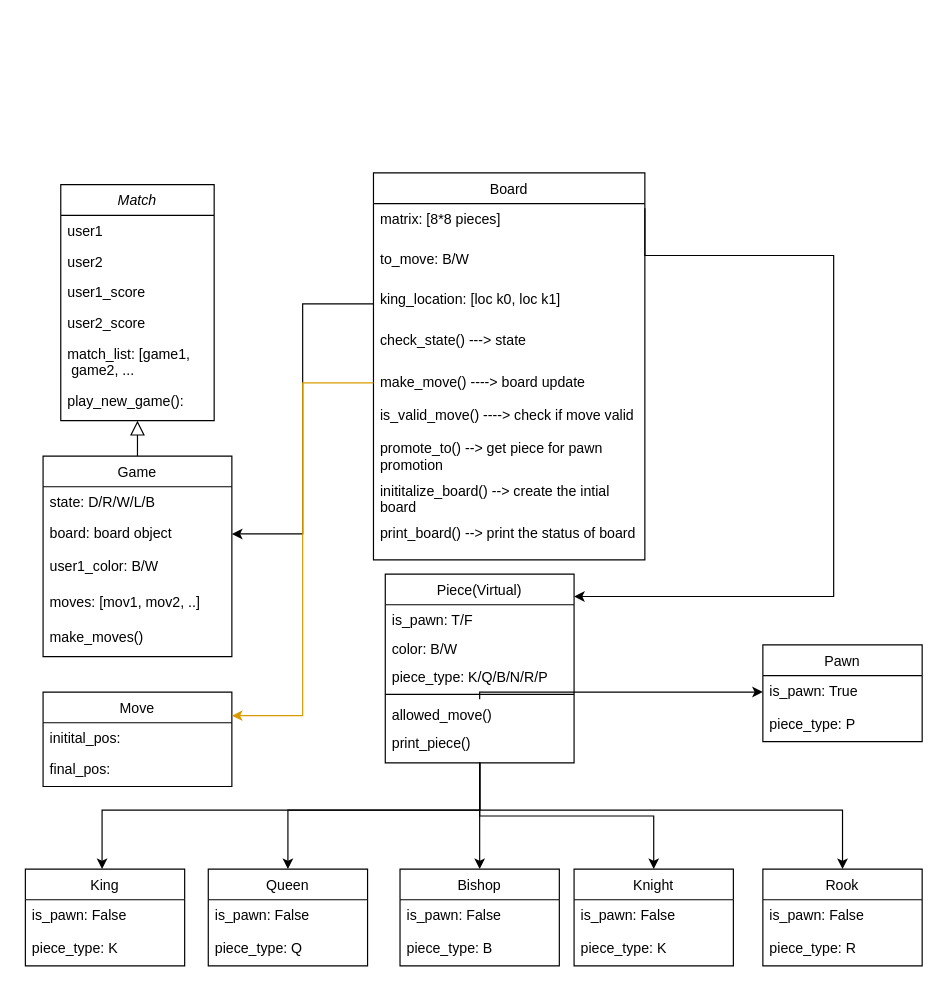
The draw.io diagram class_diagram.drawio in arindam9999/cgine, before the edit. Source tidied: cells renumbered, new cells numbered last; positions are measured from the earlier drawing's top-left corner, leaving out a move shared by most shapes. Both pictures are drawn from the tidied source at 118%, with x=0, y=0 at pixel (25, 172).
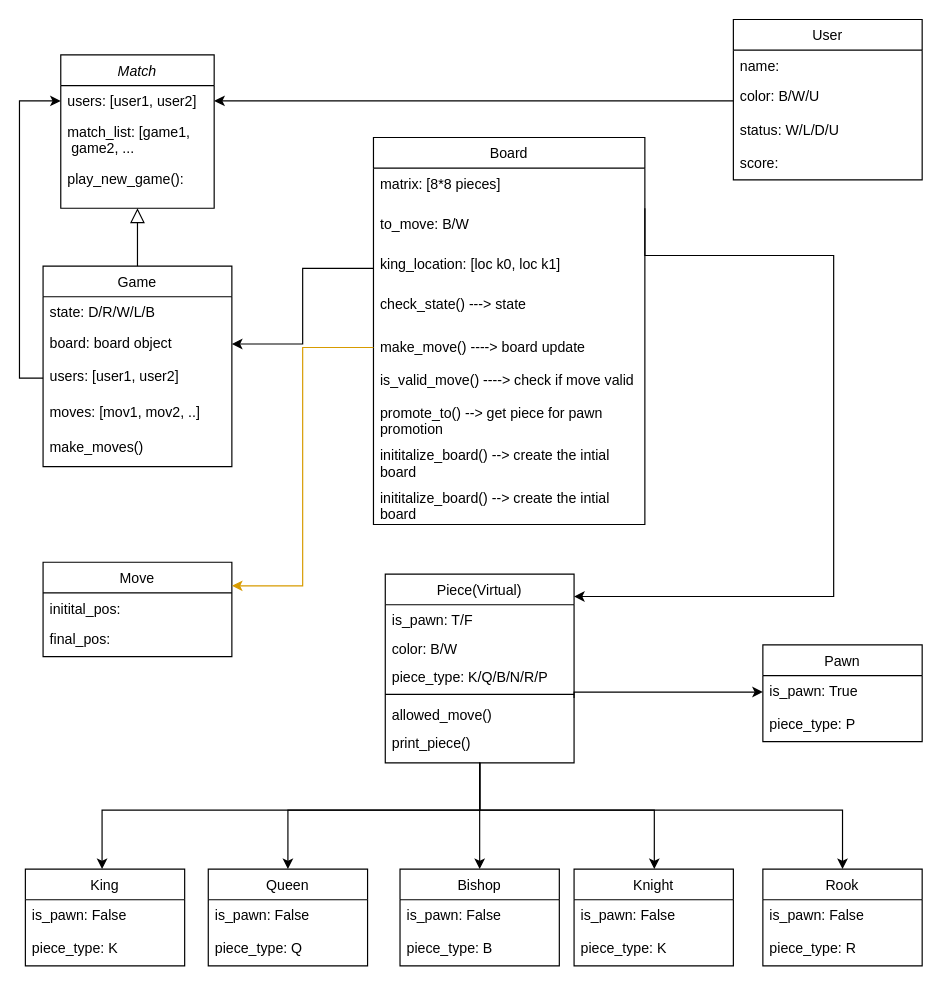
Above is the later version.

Commit message (it also covers changes not shown here):
Add Users class

The change refers to these unchanged cells:
```xml
<mxCell id="21" value="Piece(Virtual)" style="swimlane;fontStyle=0;align=center;verticalAlign=top;horizontal=1;startSize=26;rounded=0;shadow=0;strokeWidth=1;" parent="1" vertex="1">
  <mxGeometry x="305" y="340" width="160" height="160" as="geometry" />
</mxCell>
<mxCell id="26" value="allowed_move()" style="text;align=left;verticalAlign=top;spacingLeft=4;spacingRight=4;overflow=hidden;points=[[0,0.5],[1,0.5]];portConstraint=eastwest;" parent="21" vertex="1">
  <mxGeometry y="106" width="160" height="24" as="geometry" />
</mxCell>
<mxCell id="48" value="Knight" style="swimlane;fontStyle=0;align=center;verticalAlign=top;horizontal=1;startSize=26;rounded=0;shadow=0;strokeWidth=1;" parent="1" vertex="1">
  <mxGeometry x="465" y="590" width="135" height="82" as="geometry" />
</mxCell>
<mxCell id="56" value="is_pawn: True" style="text;align=left;verticalAlign=top;spacingLeft=4;spacingRight=4;overflow=hidden;points=[[0,0.5],[1,0.5]];portConstraint=eastwest;rounded=0;shadow=0;html=0;" parent="55" vertex="1">
  <mxGeometry y="26" width="135" height="28" as="geometry" />
</mxCell>
```

Change to the diagram source:
```diff
@@
     <mxCell id="2" value="Match" style="swimlane;fontStyle=2;align=center;verticalAlign=top;horizontal=1;startSize=26;rounded=0;shadow=0;strokeWidth=1;" parent="1" vertex="1">
-      <mxGeometry x="30" y="10" width="130" height="200" as="geometry" />
+      <mxGeometry x="30" y="-100" width="130" height="130" as="geometry" />
     </mxCell>
-    <mxCell id="3" value="user1" style="text;align=left;verticalAlign=top;spacingLeft=4;spacingRight=4;overflow=hidden;points=[[0,0.5],[1,0.5]];portConstraint=eastwest;" parent="2" vertex="1">
+    <mxCell id="3" value="users: [user1, user2]" style="text;align=left;verticalAlign=top;spacingLeft=4;spacingRight=4;overflow=hidden;points=[[0,0.5],[1,0.5]];portConstraint=eastwest;" parent="2" vertex="1">
       <mxGeometry y="26" width="130" height="26" as="geometry" />
     </mxCell>
-    <mxCell id="4" value="user2" style="text;align=left;verticalAlign=top;spacingLeft=4;spacingRight=4;overflow=hidden;rounded=0;shadow=0;html=0;" parent="2" vertex="1">
-      <mxGeometry y="52" width="130" height="26" as="geometry" />
-    </mxCell>
-    <mxCell id="5" value="user1_score" style="text;align=left;verticalAlign=top;spacingLeft=4;spacingRight=4;overflow=hidden;rounded=0;shadow=0;html=0;" parent="2" vertex="1">
-      <mxGeometry y="78" width="130" height="26" as="geometry" />
-    </mxCell>
-    <mxCell id="6" value="user2_score" style="text;align=left;verticalAlign=top;spacingLeft=4;spacingRight=4;overflow=hidden;rounded=0;shadow=0;html=0;" parent="2" vertex="1">
-      <mxGeometry y="104" width="130" height="26" as="geometry" />
-    </mxCell>
     <mxCell id="7" value="match_list: [game1,&#10; game2, ..." style="text;align=left;verticalAlign=top;spacingLeft=4;spacingRight=4;overflow=hidden;rounded=0;shadow=0;html=0;" parent="2" vertex="1">
-      <mxGeometry y="130" width="130" height="40" as="geometry" />
+      <mxGeometry y="52" width="130" height="40" as="geometry" />
     </mxCell>
     <mxCell id="8" value="play_new_game():" style="text;align=left;verticalAlign=top;spacingLeft=4;spacingRight=4;overflow=hidden;rounded=0;shadow=0;html=0;" parent="2" vertex="1">
-      <mxGeometry y="170" width="130" height="30" as="geometry" />
+      <mxGeometry y="92" width="130" height="30" as="geometry" />
     </mxCell>
     <mxCell id="9" value="Game" style="swimlane;fontStyle=0;align=center;verticalAlign=top;horizontal=1;startSize=26;rounded=0;shadow=0;strokeWidth=1;" parent="1" vertex="1">
-      <mxGeometry x="15" y="240" width="160" height="170" as="geometry" />
+      <mxGeometry x="15" y="79" width="160" height="170" as="geometry" />
     </mxCell>
@@
-    <mxCell id="12" value="user1_color: B/W" style="text;align=left;verticalAlign=top;spacingLeft=4;spacingRight=4;overflow=hidden;points=[[0,0.5],[1,0.5]];portConstraint=eastwest;rounded=0;shadow=0;html=0;" parent="9" vertex="1">
+    <mxCell id="12" value="users: [user1, user2]" style="text;align=left;verticalAlign=top;spacingLeft=4;spacingRight=4;overflow=hidden;points=[[0,0.5],[1,0.5]];portConstraint=eastwest;rounded=0;shadow=0;html=0;" parent="9" vertex="1">
       <mxGeometry y="80" width="160" height="30" as="geometry" />
     </mxCell>
@@
     <mxCell id="19" style="edgeStyle=orthogonalEdgeStyle;rounded=0;jettySize=auto;html=1;" parent="1" edge="1" source="21" target="48">
-      <mxGeometry relative="1" as="geometry" />
+      <mxGeometry relative="1" as="geometry">
+        <Array as="points">
+          <mxPoint x="385" y="540" />
+          <mxPoint x="533" y="540" />
+        </Array>
+      </mxGeometry>
     </mxCell>
@@
     <mxCell id="28" value="Board" style="swimlane;fontStyle=0;align=center;verticalAlign=top;horizontal=1;startSize=26;rounded=0;shadow=0;strokeWidth=1;" parent="1" vertex="1">
-      <mxGeometry x="295" width="230" height="328" as="geometry" />
+      <mxGeometry x="295" y="-30" width="230" height="328" as="geometry" />
     </mxCell>
@@
-    <mxCell id="37" value="print_board() --&gt; print the status of board" style="text;align=left;verticalAlign=top;spacingLeft=4;spacingRight=4;overflow=hidden;rounded=0;shadow=0;html=0;" parent="28" vertex="1">
+    <mxCell id="37" value="inititalize_board() --&gt; create the intial &#10;board" style="text;align=left;verticalAlign=top;spacingLeft=4;spacingRight=4;overflow=hidden;rounded=0;shadow=0;html=0;" parent="28" vertex="1">
       <mxGeometry y="292" width="230" height="36" as="geometry" />
     </mxCell>
@@
-    <mxCell id="58" style="edgeStyle=orthogonalEdgeStyle;rounded=0;jettySize=auto;html=1;" parent="1" edge="1" source="26" target="56">
+    <mxCell id="58" style="edgeStyle=orthogonalEdgeStyle;rounded=0;jettySize=auto;html=1;exitX=1;exitY=-0.042;exitDx=0;exitDy=0;exitPerimeter=0;" parent="1" edge="1" source="26" target="56">
       <mxGeometry relative="1" as="geometry">
         <Array as="points">
-          <mxPoint x="505" y="440" />
-          <mxPoint x="505" y="440" />
+          <mxPoint x="465" y="440" />
         </Array>
       </mxGeometry>
     </mxCell>
     <mxCell id="59" value="Move" style="swimlane;fontStyle=0;align=center;verticalAlign=top;horizontal=1;startSize=26;rounded=0;shadow=0;strokeWidth=1;" parent="1" vertex="1">
-      <mxGeometry x="15" y="440" width="160" height="80" as="geometry" />
+      <mxGeometry x="15" y="330" width="160" height="80" as="geometry" />
     </mxCell>
@@
+    <mxCell id="63" value="User" style="swimlane;fontStyle=0;align=center;verticalAlign=top;horizontal=1;startSize=26;rounded=0;shadow=0;strokeWidth=1;" parent="1" vertex="1">
+      <mxGeometry x="600" y="-130" width="160" height="136" as="geometry" />
+    </mxCell>
+    <mxCell id="64" value="name: " style="text;align=left;verticalAlign=top;spacingLeft=4;spacingRight=4;overflow=hidden;" parent="63" vertex="1">
+      <mxGeometry y="26" width="160" height="26" as="geometry" />
+    </mxCell>
+    <mxCell id="65" value="color: B/W/U" style="text;align=left;verticalAlign=top;spacingLeft=4;spacingRight=4;overflow=hidden;points=[[0,0.5],[1,0.5]];portConstraint=eastwest;rounded=0;shadow=0;html=0;" parent="63" vertex="1">
+      <mxGeometry y="52" width="160" height="28" as="geometry" />
+    </mxCell>
+    <mxCell id="66" value="status: W/L/D/U" style="text;align=left;verticalAlign=top;spacingLeft=4;spacingRight=4;overflow=hidden;rounded=0;shadow=0;html=0;" parent="63" vertex="1">
+      <mxGeometry y="80" width="160" height="28" as="geometry" />
+    </mxCell>
+    <mxCell id="67" value="score: " style="text;align=left;verticalAlign=top;spacingLeft=4;spacingRight=4;overflow=hidden;rounded=0;shadow=0;html=0;" parent="63" vertex="1">
+      <mxGeometry y="108" width="160" height="28" as="geometry" />
+    </mxCell>
+    <mxCell id="68" style="edgeStyle=orthogonalEdgeStyle;rounded=0;jettySize=auto;html=1;entryX=1;entryY=0.5;entryDx=0;entryDy=0;" parent="1" edge="1" source="65" target="3">
+      <mxGeometry relative="1" as="geometry">
+        <Array as="points">
+          <mxPoint x="495" y="-61" />
+          <mxPoint x="495" y="-61" />
+        </Array>
+      </mxGeometry>
+    </mxCell>
+    <mxCell id="69" style="edgeStyle=orthogonalEdgeStyle;rounded=0;jettySize=auto;html=1;entryX=0;entryY=0.5;entryDx=0;entryDy=0;" parent="1" edge="1" source="12" target="3">
+      <mxGeometry relative="1" as="geometry" />
+    </mxCell>
```
